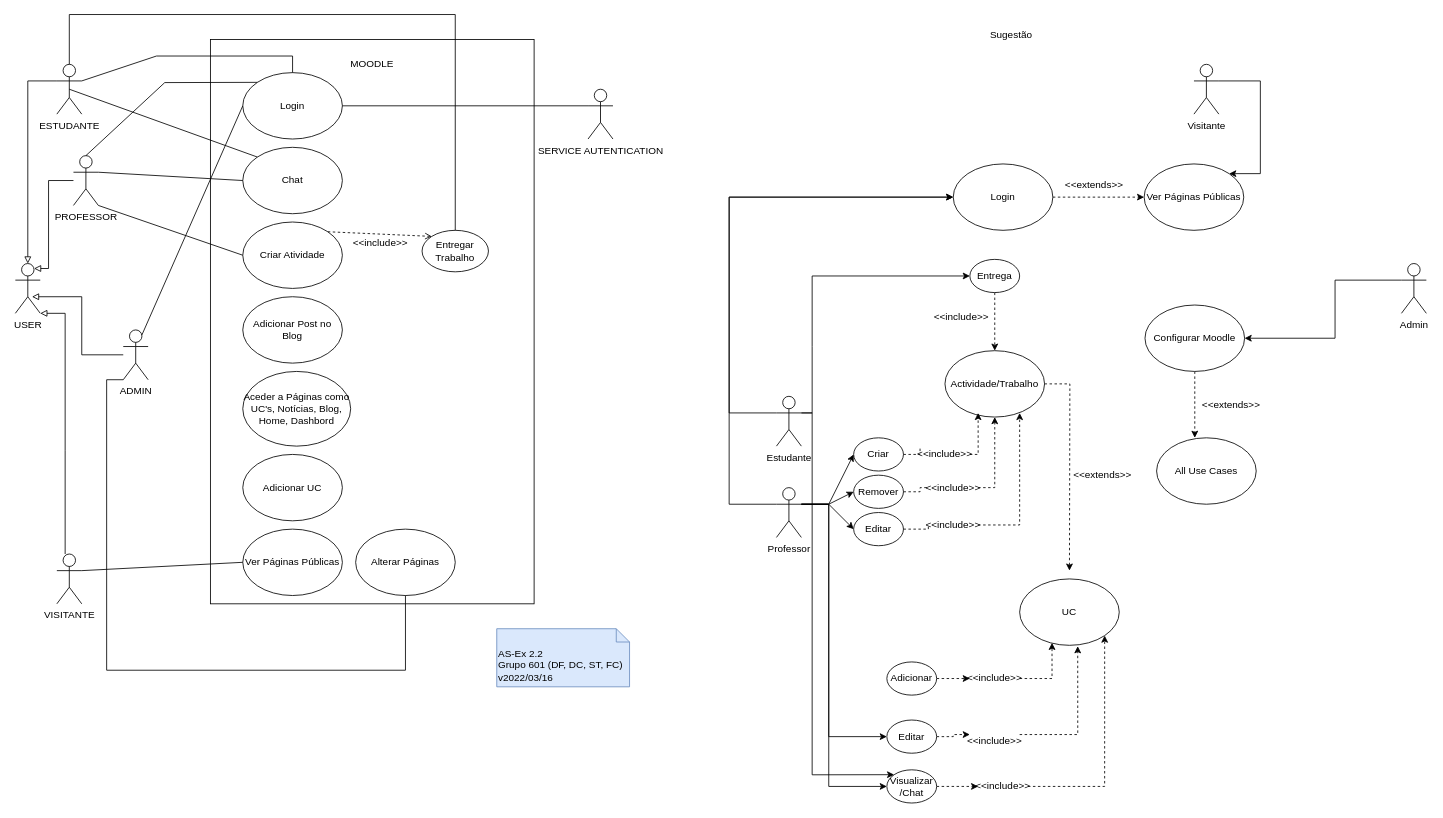
DavidAraujo98/AS keeps this draw.io diagram as page "2.2" (3 of 3) of P/P2/P2.drawio. Above is the earlier version. Source tidied: cells renumbered, new cells numbered last; positions are measured from the earlier drawing's top-left corner, leaving out a move shared by most shapes. Both pictures are drawn from the tidied source at 83%, with x=0, y=0 at pixel (15, 14).
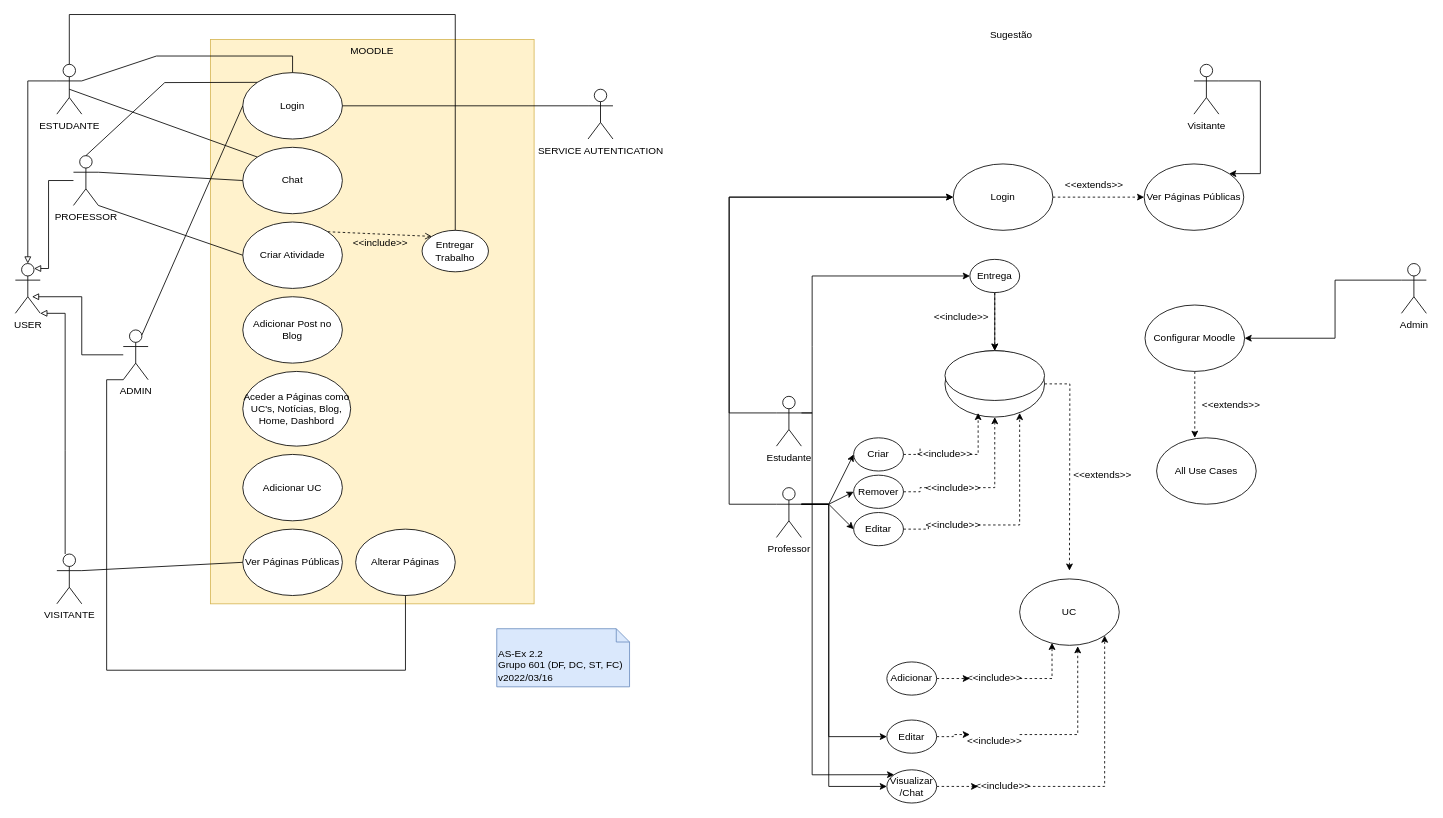
The same page after the edit.

Unchanged cells that the change refers to:
```xml
<mxCell id="46" value="Entrega" style="ellipse;whiteSpace=wrap;html=1;" parent="1" vertex="1">
  <mxGeometry x="1150" y="295" width="60" height="40" as="geometry" />
</mxCell>
```

Change to the diagram source:
```diff
@@
-    <mxCell id="2" style="rounded=0;whiteSpace=wrap;html=1;" parent="1" vertex="1">
+    <mxCell id="2" value="MOODLE" style="rounded=0;whiteSpace=wrap;html=1;fillColor=#fff2cc;strokeColor=#d6b656;verticalAlign=top;" parent="1" vertex="1">
       <mxGeometry x="235" y="30" width="390" height="680" as="geometry" />
     </mxCell>
-    <mxCell id="3" value="&lt;div&gt;MOODLE&lt;/div&gt;" style="text;html=1;strokeColor=none;fillColor=none;align=center;verticalAlign=middle;whiteSpace=wrap;rounded=0;" parent="1" vertex="1">
-      <mxGeometry x="378" y="30" width="104" height="60" as="geometry" />
-    </mxCell>
@@
+    <mxCell id="92" style="edgeStyle=orthogonalEdgeStyle;rounded=0;jettySize=auto;html=1;" parent="1" edge="1" source="46" target="93">
+      <mxGeometry relative="1" as="geometry" />
+    </mxCell>
@@
+    <mxCell id="93" style="ellipse;whiteSpace=wrap;html=1;" parent="1" vertex="1">
+      <mxGeometry x="1120" y="405" width="120" height="60" as="geometry" />
+    </mxCell>
```
